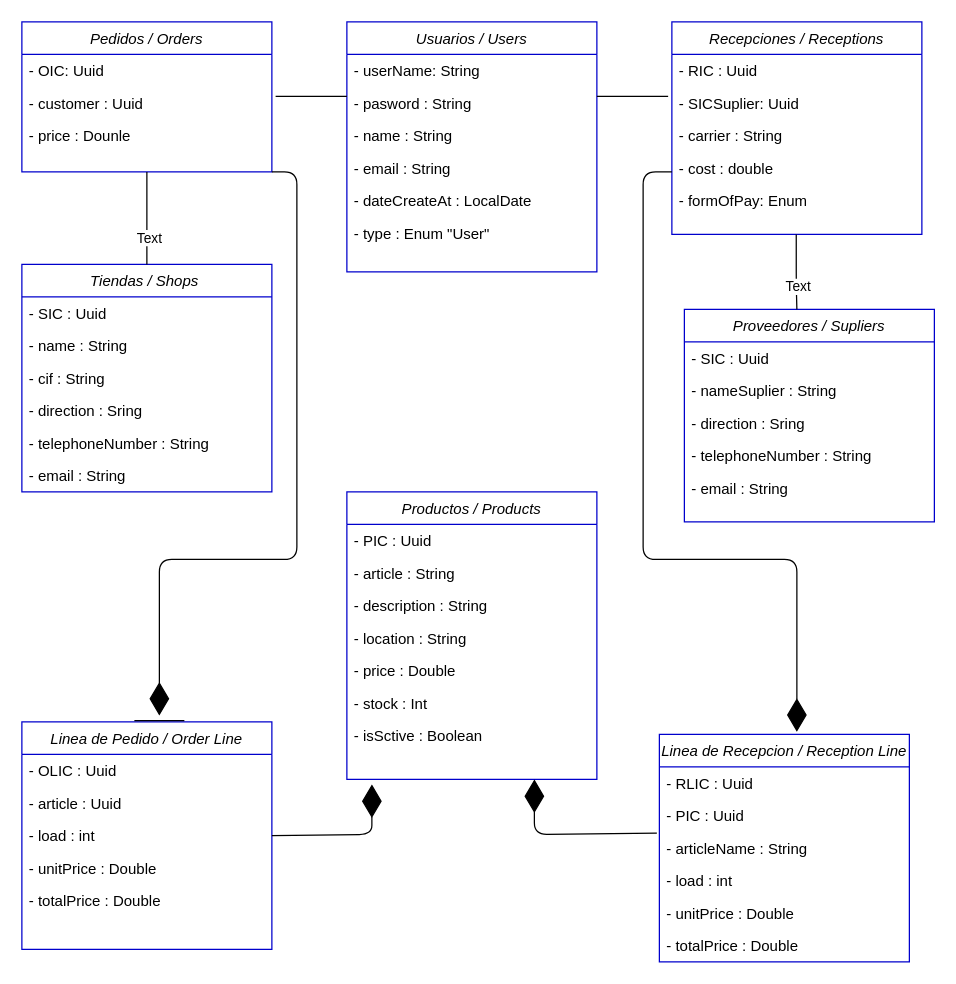
Above: Documentación/diagrama de clases/DiagramaDeClases.drawio in idanirf/GADAM (draw.io), before the change. Source tidied: cells renumbered, new cells numbered last; positions are measured from the earlier drawing's top-left corner, leaving out a move shared by most shapes. Both pictures are drawn from the tidied source at 125%, with x=0, y=0 at pixel (21, 21).
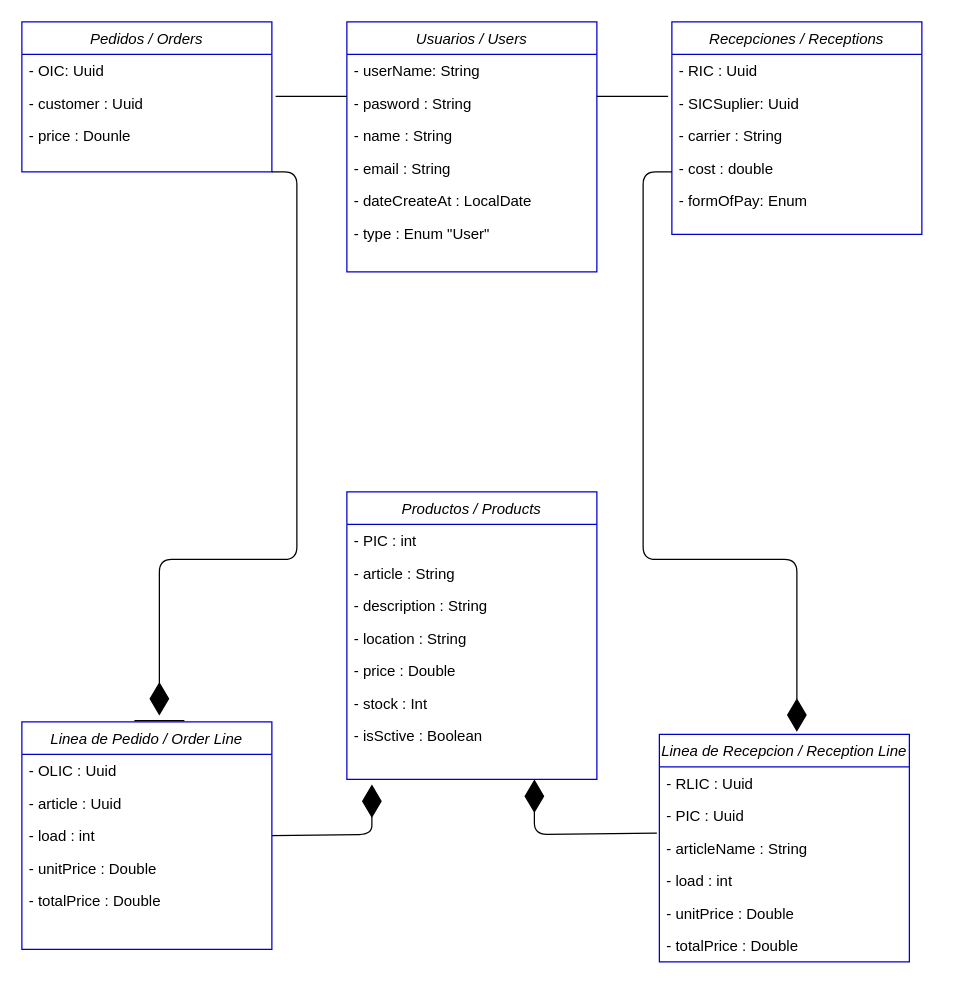
After the change.

Unchanged cells that the change refers to:
```xml
<mxCell id="2" value="Pedidos / Orders" style="swimlane;fontStyle=2;align=center;verticalAlign=top;horizontal=1;startSize=26;rounded=0;shadow=0;strokeWidth=1;fillColor=#FFFFFF;strokeColor=#0000CC;" parent="1" vertex="1">
  <mxGeometry width="200" height="120" as="geometry" />
</mxCell>
<mxCell id="13" value="Productos / Products" style="swimlane;fontStyle=2;align=center;verticalAlign=top;horizontal=1;startSize=26;rounded=0;shadow=0;strokeWidth=1;fillColor=#FFFFFF;strokeColor=#0000CC;" parent="1" vertex="1">
  <mxGeometry x="260" y="376" width="200" height="230" as="geometry" />
</mxCell>
```

The edit, as a diff of the source:
```diff
@@
-    <mxCell id="6" value="Tiendas / Shops " style="swimlane;fontStyle=2;align=center;verticalAlign=top;horizontal=1;startSize=26;rounded=0;shadow=0;strokeWidth=1;fillColor=#FFFFFF;strokeColor=#0000CC;" parent="1" vertex="1">
-      <mxGeometry y="194" width="200" height="182" as="geometry" />
-    </mxCell>
-    <mxCell id="7" value="- SIC : Uuid" style="text;align=left;verticalAlign=top;spacingLeft=4;spacingRight=4;overflow=hidden;" parent="6" vertex="1">
-      <mxGeometry y="26" width="200" height="26" as="geometry" />
-    </mxCell>
-    <mxCell id="8" value="- name : String" style="text;align=left;verticalAlign=top;spacingLeft=4;spacingRight=4;overflow=hidden;rounded=0;shadow=0;html=0;" parent="6" vertex="1">
-      <mxGeometry y="52" width="200" height="26" as="geometry" />
-    </mxCell>
-    <mxCell id="9" value="- cif : String" style="text;align=left;verticalAlign=top;spacingLeft=4;spacingRight=4;overflow=hidden;" parent="6" vertex="1">
-      <mxGeometry y="78" width="200" height="26" as="geometry" />
-    </mxCell>
-    <mxCell id="10" value="- direction : Sring" style="text;align=left;verticalAlign=top;spacingLeft=4;spacingRight=4;overflow=hidden;rounded=0;shadow=0;html=0;" parent="6" vertex="1">
-      <mxGeometry y="104" width="200" height="26" as="geometry" />
-    </mxCell>
-    <mxCell id="11" value="- telephoneNumber : String" style="text;align=left;verticalAlign=top;spacingLeft=4;spacingRight=4;overflow=hidden;rounded=0;shadow=0;html=0;" parent="6" vertex="1">
-      <mxGeometry y="130" width="200" height="26" as="geometry" />
-    </mxCell>
-    <mxCell id="12" value="- email : String" style="text;align=left;verticalAlign=top;spacingLeft=4;spacingRight=4;overflow=hidden;rounded=0;shadow=0;html=0;" parent="6" vertex="1">
-      <mxGeometry y="156" width="200" height="26" as="geometry" />
-    </mxCell>
@@
-    <mxCell id="14" value="- PIC : Uuid" style="text;align=left;verticalAlign=top;spacingLeft=4;spacingRight=4;overflow=hidden;" parent="13" vertex="1">
+    <mxCell id="14" value="- PIC : int" style="text;align=left;verticalAlign=top;spacingLeft=4;spacingRight=4;overflow=hidden;" parent="13" vertex="1">
       <mxGeometry y="26" width="200" height="26" as="geometry" />
     </mxCell>
@@
-    <mxCell id="50" style="endArrow=none;html=1;exitX=0.5;exitY=1;exitDx=0;exitDy=0;entryX=0.5;entryY=0;entryDx=0;entryDy=0;" parent="1" edge="1" source="2" target="6">
-      <mxGeometry relative="1" as="geometry" />
-    </mxCell>
-    <mxCell id="51" value="Text" style="edgeLabel;html=1;align=center;verticalAlign=middle;" parent="50" vertex="1">
-      <mxGeometry x="0.41" y="1" relative="1" as="geometry" />
-    </mxCell>
@@
-    <mxCell id="54" value="Proveedores / Supliers" style="swimlane;fontStyle=2;align=center;verticalAlign=top;horizontal=1;startSize=26;rounded=0;shadow=0;strokeWidth=1;fillColor=#FFFFFF;strokeColor=#0000CC;" parent="1" vertex="1">
-      <mxGeometry x="530" y="230" width="200" height="170" as="geometry" />
-    </mxCell>
-    <mxCell id="55" value="- SIC : Uuid" style="text;align=left;verticalAlign=top;spacingLeft=4;spacingRight=4;overflow=hidden;" parent="54" vertex="1">
-      <mxGeometry y="26" width="200" height="26" as="geometry" />
-    </mxCell>
-    <mxCell id="56" value="- nameSuplier : String" style="text;align=left;verticalAlign=top;spacingLeft=4;spacingRight=4;overflow=hidden;rounded=0;shadow=0;html=0;" parent="54" vertex="1">
-      <mxGeometry y="52" width="200" height="26" as="geometry" />
-    </mxCell>
-    <mxCell id="57" value="- direction : Sring" style="text;align=left;verticalAlign=top;spacingLeft=4;spacingRight=4;overflow=hidden;rounded=0;shadow=0;html=0;" parent="54" vertex="1">
-      <mxGeometry y="78" width="200" height="26" as="geometry" />
-    </mxCell>
-    <mxCell id="58" value="- telephoneNumber : String" style="text;align=left;verticalAlign=top;spacingLeft=4;spacingRight=4;overflow=hidden;rounded=0;shadow=0;html=0;" parent="54" vertex="1">
-      <mxGeometry y="104" width="200" height="26" as="geometry" />
-    </mxCell>
-    <mxCell id="59" value="- email : String" style="text;align=left;verticalAlign=top;spacingLeft=4;spacingRight=4;overflow=hidden;rounded=0;shadow=0;html=0;" parent="54" vertex="1">
-      <mxGeometry y="130" width="200" height="26" as="geometry" />
-    </mxCell>
-    <mxCell id="60" style="endArrow=none;html=1;exitX=0.5;exitY=1;exitDx=0;exitDy=0;" parent="1" edge="1">
-      <mxGeometry relative="1" as="geometry">
-        <mxPoint x="619.5" y="170" as="sourcePoint" />
-        <mxPoint x="620" y="230" as="targetPoint" />
-        <Array as="points">
-          <mxPoint x="619.5" y="210" />
-        </Array>
-      </mxGeometry>
-    </mxCell>
-    <mxCell id="61" value="Text" style="edgeLabel;html=1;align=center;verticalAlign=middle;" parent="60" vertex="1">
-      <mxGeometry x="0.41" y="1" relative="1" as="geometry" />
-    </mxCell>
```
